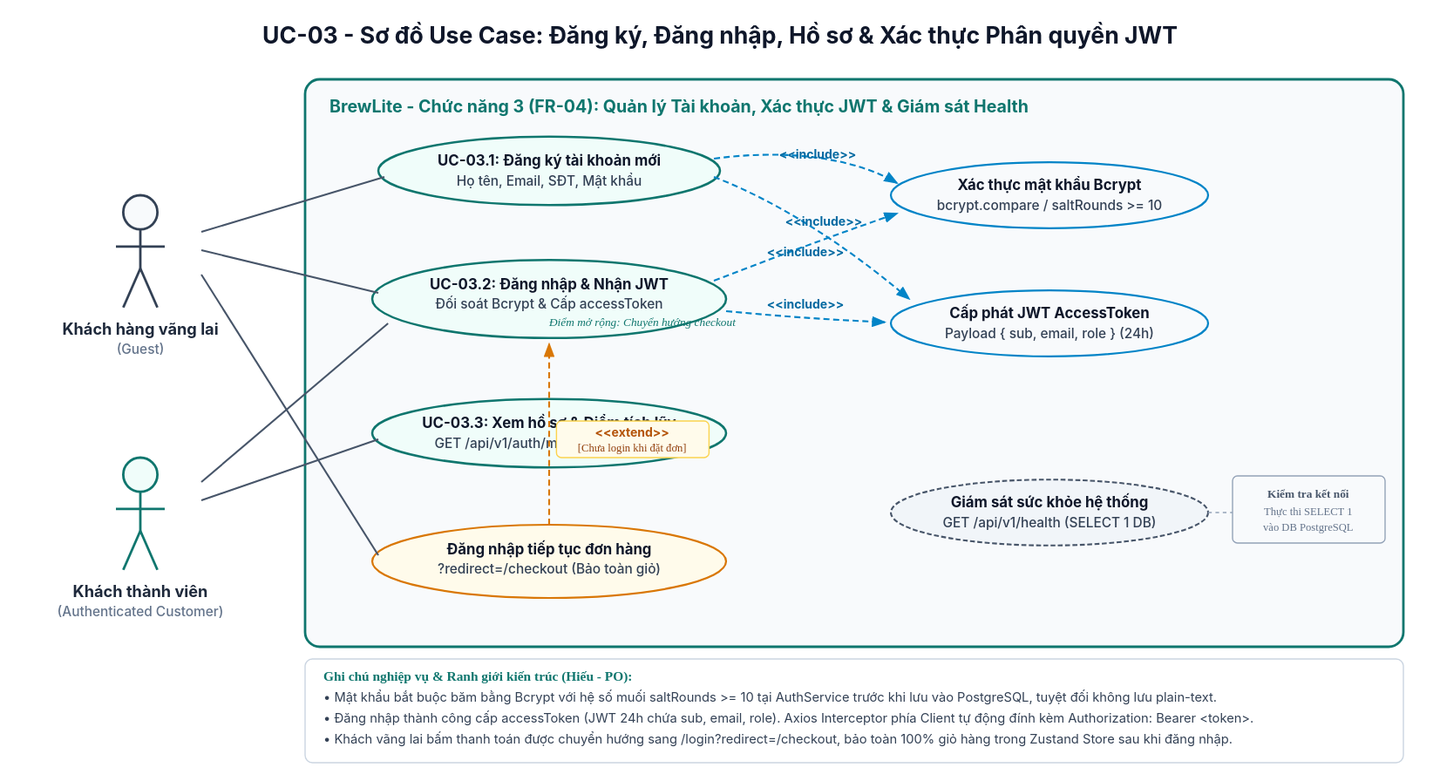
SamuiSang/brewlite2 keeps this PlantUML diagram as docs/diagrams/uc-03-auth.svg. Above is the earlier version. Its source is kept beside it as docs/diagrams/uc-03-auth.puml.
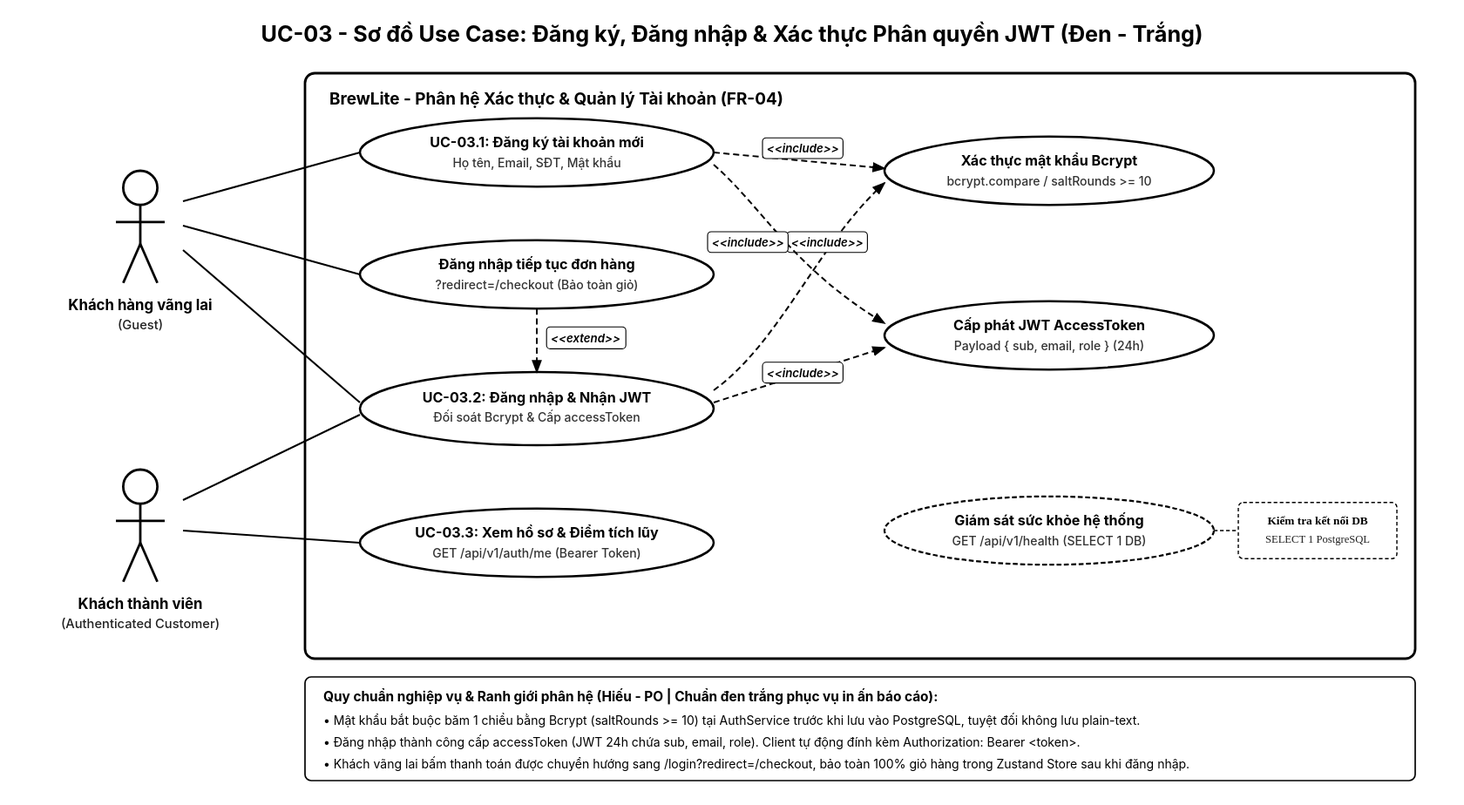
After the change.

Commit message:
docs(diagrams): convert uc-03-auth to monochrome black-and-white and eliminate overlapping arrows

Change to the diagram source:
```diff
@@ -1,49 +1,63 @@
 @startuml uc-03-auth
 !pragma layout smetana
 left to right direction
-skinparam nodesep 60
-skinparam ranksep 80
+
+skinparam monochrome true
 skinparam backgroundColor white
 skinparam shadowing false
 skinparam defaultFontName SansSerif
 skinparam packageStyle rectangle
-skinparam ArrowColor #475569
-skinparam usecaseBackgroundColor #F0FDFA
-skinparam usecaseBorderColor #0F766E
-skinparam actorBorderColor #334155
-title UC-03 - Đăng ký, Đăng nhập, Quản lý Hồ sơ cá nhân & Xác thực Phân quyền JWT
+
+skinparam ArrowColor black
+skinparam actorBorderColor black
+skinparam actorBackgroundColor white
+skinparam usecaseBackgroundColor white
+skinparam usecaseBorderColor black
+skinparam rectangleBorderColor black
+skinparam rectangleBackgroundColor white
+
+skinparam nodesep 70
+skinparam ranksep 90
+
+title UC-03 - Sơ đồ Use Case: Đăng ký, Đăng nhập & Xác thực Phân quyền JWT (Đen - Trắng)
 
 actor "Khách hàng vãng lai\n(Guest)" as Guest
 actor "Khách hàng thành viên\n(Authenticated Customer)" as Customer
 
-rectangle "BrewLite - Chức năng 3 (FR-04): Quản lý Tài khoản, Xác thực JWT & Giám sát Health" {
+rectangle "BrewLite - Phân hệ Xác thực & Quản lý Tài khoản (FR-04)" {
     usecase "UC-03.1\nĐăng ký tài khoản mới" as UC_Register
-    usecase "UC-03.2\nĐăng nhập hệ thống & Nhận JWT\n--\nĐiểm mở rộng: Chuyển hướng checkout" as UC_Login
-    usecase "UC-03.3\nXem hồ sơ cá nhân & Điểm thưởng\n(GET /api/v1/auth/me)" as UC_Profile
-    usecase "Xác thực mật khẩu\n(Bcrypt compare/hash)" as UC_Bcrypt
-    usecase "Cấp phát chuỗi ký số\nAccessToken (JWT payload)" as UC_IssueJWT
     usecase "Đăng nhập tiếp tục đơn hàng\n(?redirect=/checkout)" as UC_RedirectLogin
+    usecase "UC-03.2\nĐăng nhập hệ thống & Nhận JWT" as UC_Login
+    usecase "UC-03.3\nXem hồ sơ & Điểm tích lũy\n(GET /api/v1/auth/me)" as UC_Profile
+
+    usecase "Xác thực mật khẩu Bcrypt\n(Bcrypt compare/hash)" as UC_Bcrypt
+    usecase "Cấp phát AccessToken (JWT)\n(Payload: sub, email, role)" as UC_IssueJWT
     usecase "Giám sát sức khỏe hệ thống\n(GET /api/v1/health)" as UC_Health
 
     UC_Login ..> UC_Bcrypt : <<include>>
     UC_Login ..> UC_IssueJWT : <<include>>
     UC_Register ..> UC_Bcrypt : <<include>>
     UC_Register ..> UC_IssueJWT : <<include>>
-    UC_RedirectLogin ..> UC_Login : <<extend>>\n[Chưa đăng nhập khi bấm đặt đơn]
+    UC_RedirectLogin ..> UC_Login : <<extend>>
 }
 
 Guest -- UC_Register
+Guest -- UC_RedirectLogin
 Guest -- UC_Login
-Guest -- UC_RedirectLogin
 
+Customer -- UC_Login
 Customer -- UC_Profile
-Customer -- UC_Login
+
+note right of UC_Health
+  Kiểm tra kết nối DB (SELECT 1)
+  Liveness & Readiness probe
+end note
 
 legend bottom
-  - Quản lý tài khoản và phiên đăng nhập qua chuẩn RESTful API (/api/v1/auth/*).
-  - Mật khẩu người dùng bắt buộc băm 1 chiều bằng Bcrypt (saltRounds >= 10), tuyệt đối không lưu plain-text.
-  - Sau khi đăng nhập thành công, máy chủ cấp phát JWT Token (payload: sub, email, role), Client lưu và tự động đính kèm Authorization: Bearer <token>.
-  - Hỗ trợ chuyển hướng thông minh ?redirect=/checkout bảo toàn giỏ hàng khi khách vãng lai thanh toán.
-  - Cung cấp endpoint GET /api/v1/health phục vụ kiểm tra trạng thái hoạt động của Backend và kết nối PostgreSQL (SELECT 1).
+  Hệ thống BrewLite - Chuẩn đen trắng phục vụ in ấn báo cáo kỹ thuật.
+  - Mật khẩu người dùng bắt buộc băm 1 chiều bằng Bcrypt (saltRounds >= 10).
+  - Đăng nhập thành công cấp phát JWT Token (thời hạn 24h), tự động đính kèm Authorization: Bearer <token>.
+  - Hỗ trợ tham số ?redirect=/checkout bảo toàn giỏ hàng khi khách vãng lai đăng nhập để tiếp tục thanh toán.
+  - Endpoint GET /api/v1/health thực thi kiểm tra kết nối trực tiếp tới PostgreSQL.
 endlegend
 @enduml
```
